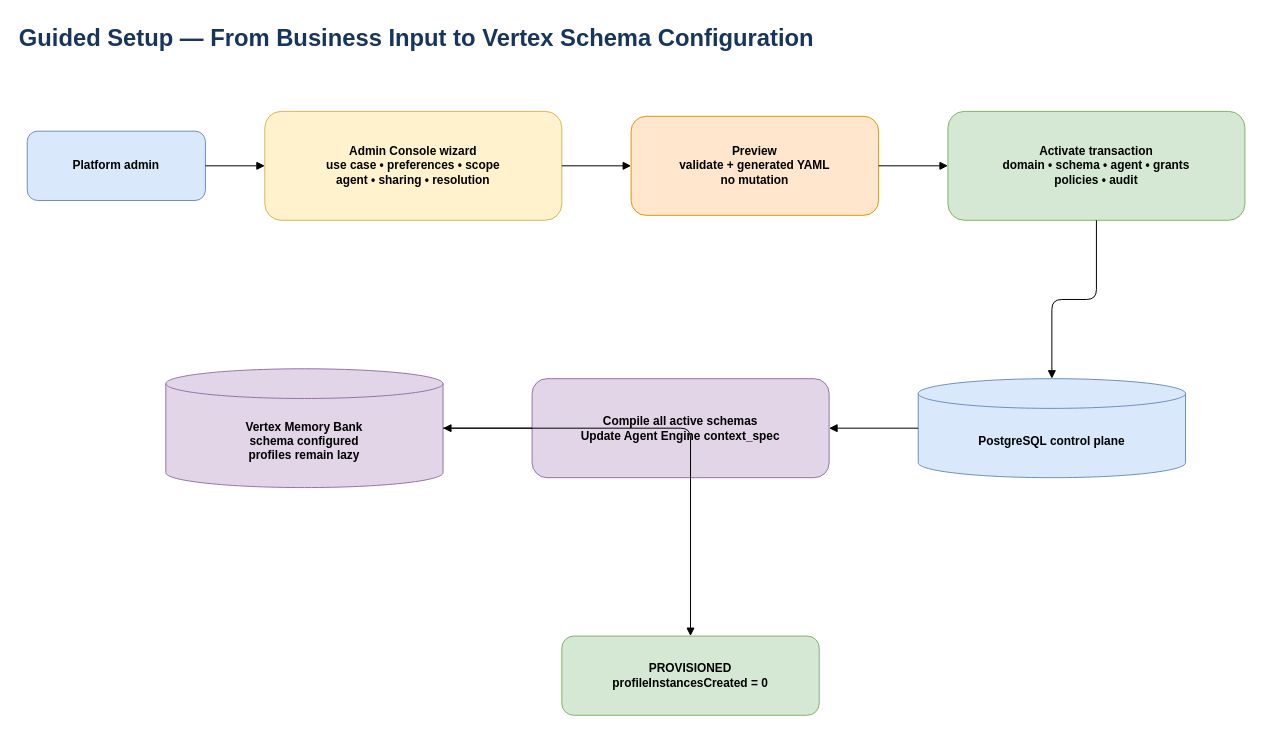
Above: page "1. UI Onboarding and Provisioning" (1 of 4) of docs/agent-memory-flows.drawio in connect2srinu/jeep-memory-storage (draw.io), before the change. Source tidied: cells renumbered, new cells numbered last; positions are measured from the earlier drawing's top-left corner, leaving out a move shared by most shapes. Both pictures are drawn from the tidied source at 99%, with x=0, y=0 at pixel (17, 17).
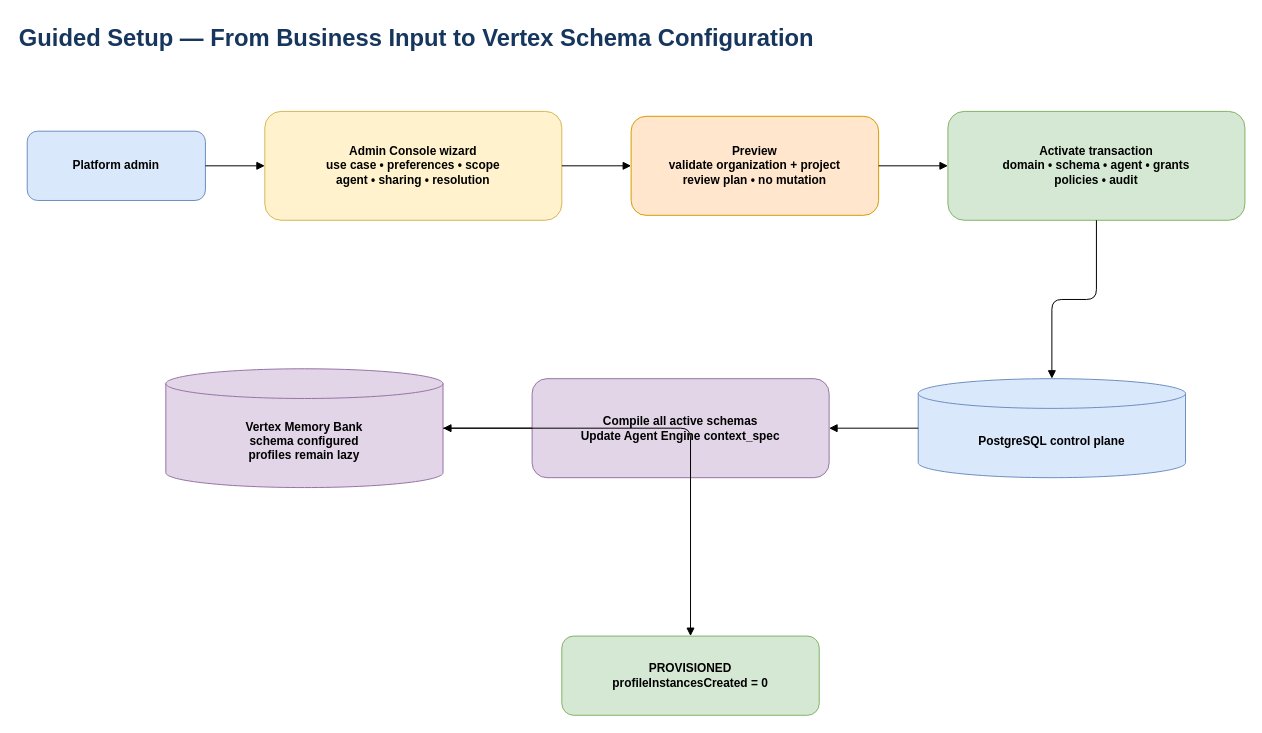
The same page after the edit.

What changed in the source:
```diff
@@
 <mxGraphModel>
   <root>
     <mxCell id="0" />
     <mxCell id="1" parent="0" />
     <mxCell id="2" value="Guided Setup — From Business Input to Vertex Schema Configuration" style="text;html=1;strokeColor=none;fillColor=none;fontSize=24;fontStyle=1;fontColor=#17365D;" parent="1" vertex="1">
       <mxGeometry width="1000" height="40" as="geometry" />
     </mxCell>
     <mxCell id="3" value="Platform admin" style="rounded=1;whiteSpace=wrap;html=1;fillColor=#DAE8FC;strokeColor=#6C8EBF;fontStyle=1;" parent="1" vertex="1">
       <mxGeometry x="10" y="115" width="180" height="70" as="geometry" />
     </mxCell>
     <mxCell id="4" value="Admin Console wizard&#10;use case • preferences • scope&#10;agent • sharing • resolution" style="rounded=1;whiteSpace=wrap;html=1;fillColor=#FFF2CC;strokeColor=#D6B656;fontStyle=1;" parent="1" vertex="1">
       <mxGeometry x="250" y="95" width="300" height="110" as="geometry" />
     </mxCell>
-    <mxCell id="5" value="Preview&#10;validate + generated YAML&#10;no mutation" style="rounded=1;whiteSpace=wrap;html=1;fillColor=#FFE6CC;strokeColor=#D79B00;fontStyle=1;" parent="1" vertex="1">
+    <mxCell id="5" value="Preview&#10;validate organization + project&#10;review plan • no mutation" style="rounded=1;whiteSpace=wrap;html=1;fillColor=#FFE6CC;strokeColor=#D79B00;fontStyle=1;" parent="1" vertex="1">
       <mxGeometry x="620" y="100" width="250" height="100" as="geometry" />
     </mxCell>
     <mxCell id="6" value="Activate transaction&#10;domain • schema • agent • grants&#10;policies • audit" style="rounded=1;whiteSpace=wrap;html=1;fillColor=#D5E8D4;strokeColor=#82B366;fontStyle=1;" parent="1" vertex="1">
       <mxGeometry x="940" y="95" width="300" height="110" as="geometry" />
     </mxCell>
     <mxCell id="7" value="PostgreSQL control plane" style="shape=cylinder3;whiteSpace=wrap;html=1;boundedLbl=1;fillColor=#DAE8FC;strokeColor=#6C8EBF;fontStyle=1;" parent="1" vertex="1">
       <mxGeometry x="910" y="365" width="270" height="100" as="geometry" />
     </mxCell>
     <mxCell id="8" value="Compile all active schemas&#10;Update Agent Engine context_spec" style="rounded=1;whiteSpace=wrap;html=1;fillColor=#E1D5E7;strokeColor=#9673A6;fontStyle=1;" parent="1" vertex="1">
       <mxGeometry x="520" y="365" width="300" height="100" as="geometry" />
     </mxCell>
     <mxCell id="9" value="Vertex Memory Bank&#10;schema configured&#10;profiles remain lazy" style="shape=cylinder3;whiteSpace=wrap;html=1;boundedLbl=1;fillColor=#E1D5E7;strokeColor=#9673A6;fontStyle=1;" parent="1" vertex="1">
       <mxGeometry x="150" y="355" width="280" height="120" as="geometry" />
     </mxCell>
     <mxCell id="10" value="PROVISIONED&#10;profileInstancesCreated = 0" style="rounded=1;whiteSpace=wrap;html=1;fillColor=#D5E8D4;strokeColor=#82B366;fontStyle=1;" parent="1" vertex="1">
       <mxGeometry x="550" y="625" width="260" height="80" as="geometry" />
     </mxCell>
     <mxCell id="11" style="edgeStyle=orthogonalEdgeStyle;html=1;endArrow=block;endFill=1;" parent="1" edge="1" source="3" target="4">
       <mxGeometry relative="1" as="geometry" />
     </mxCell>
     <mxCell id="12" style="edgeStyle=orthogonalEdgeStyle;html=1;endArrow=block;endFill=1;" parent="1" edge="1" source="4" target="5">
       <mxGeometry relative="1" as="geometry" />
     </mxCell>
     <mxCell id="13" style="edgeStyle=orthogonalEdgeStyle;html=1;endArrow=block;endFill=1;" parent="1" edge="1" source="5" target="6">
       <mxGeometry relative="1" as="geometry" />
     </mxCell>
     <mxCell id="14" style="edgeStyle=orthogonalEdgeStyle;html=1;endArrow=block;endFill=1;" parent="1" edge="1" source="6" target="7">
       <mxGeometry relative="1" as="geometry" />
     </mxCell>
     <mxCell id="15" style="edgeStyle=orthogonalEdgeStyle;html=1;endArrow=block;endFill=1;" parent="1" edge="1" source="7" target="8">
       <mxGeometry relative="1" as="geometry" />
     </mxCell>
     <mxCell id="16" style="edgeStyle=orthogonalEdgeStyle;html=1;endArrow=block;endFill=1;" parent="1" edge="1" source="8" target="9">
       <mxGeometry relative="1" as="geometry" />
     </mxCell>
     <mxCell id="17" style="edgeStyle=orthogonalEdgeStyle;html=1;endArrow=block;endFill=1;" parent="1" edge="1" source="9" target="10">
       <mxGeometry relative="1" as="geometry" />
     </mxCell>
   </root>
 </mxGraphModel>
```
